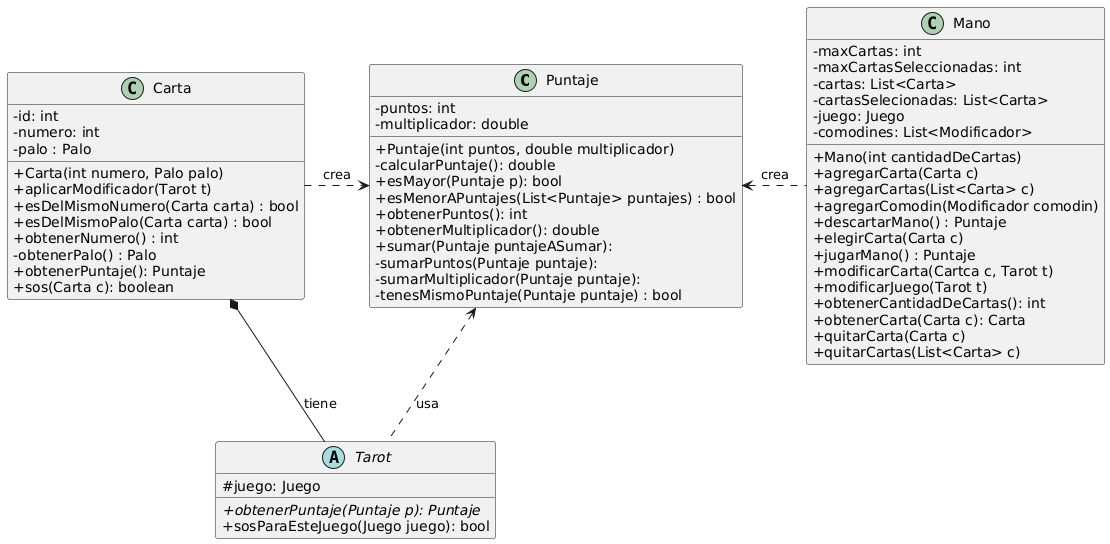
Earlier version of the PlantUML export diagrams/classes/Puntaje.png (facukresta/g06-tp2-2c-2024).
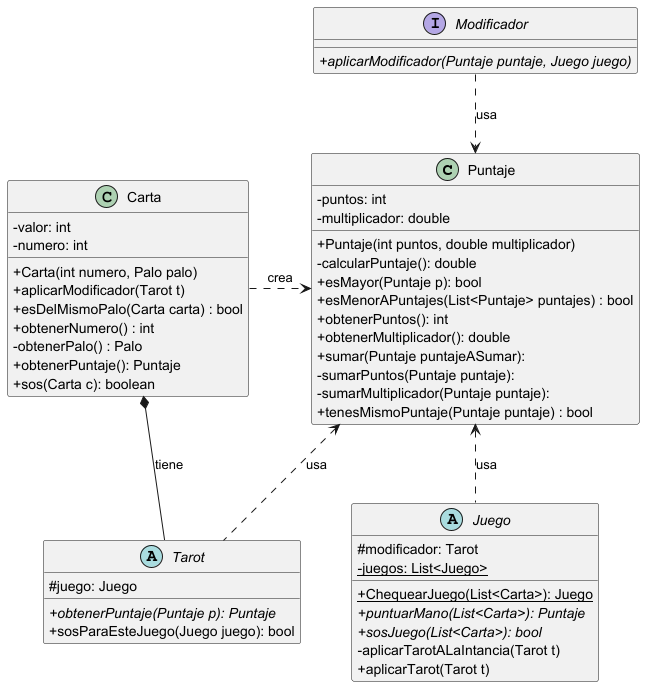
Above is the later version.

What changed in the source:
```diff
@@ -1,4 +1,4 @@
-@startuml
+@startuml Puntaje
 skinparam classAttributeIconSize 0
 
 class Puntaje {
@@ -13,21 +13,33 @@
 +sumar(Puntaje puntajeASumar):
 -sumarPuntos(Puntaje puntaje):
 -sumarMultiplicador(Puntaje puntaje):
--tenesMismoPuntaje(Puntaje puntaje) : bool
++tenesMismoPuntaje(Puntaje puntaje) : bool
 }
 
 class Carta {
--id: int
+-valor: int
 -numero: int
--palo : Palo
 +Carta(int numero, Palo palo)
 +aplicarModificador(Tarot t)
-+esDelMismoNumero(Carta carta) : bool
 +esDelMismoPalo(Carta carta) : bool
 +obtenerNumero() : int
 -obtenerPalo() : Palo
 +obtenerPuntaje(): Puntaje
 +sos(Carta c): boolean
+}
+
+abstract Juego {
+#modificador: Tarot
+-{static}juegos: List<Juego>
++{static}ChequearJuego(List<Carta>): Juego
++{abstract}puntuarMano(List<Carta>): Puntaje
++{abstract}sosJuego(List<Carta>): bool
+-aplicarTarotALaIntancia(Tarot t)
++aplicarTarot(Tarot t)
+}
+
+interface Modificador{
++{abstract} aplicarModificador(Puntaje puntaje, Juego juego)
 }
 
 abstract class Tarot{
@@ -38,30 +50,10 @@
 
 Carta *-- Tarot :tiene
 
-class Mano {
--maxCartas: int
--maxCartasSeleccionadas: int
--cartas: List<Carta>
--cartasSelecionadas: List<Carta>
--juego: Juego
--comodines: List<Modificador>
-+Mano(int cantidadDeCartas)
-+agregarCarta(Carta c)
-+agregarCartas(List<Carta> c)
-+agregarComodin(Modificador comodin)
-+descartarMano() : Puntaje
-+elegirCarta(Carta c)
-+jugarMano() : Puntaje
-+modificarCarta(Cartca c, Tarot t)
-+modificarJuego(Tarot t)
-+obtenerCantidadDeCartas(): int
-+obtenerCarta(Carta c): Carta
-+quitarCarta(Carta c)
-+quitarCartas(List<Carta> c)
-}
 
+Tarot .up.> Puntaje: "usa"
+Modificador .down.> Puntaje: "usa"
+Juego .up.> Puntaje: "usa"
+Puntaje <.left. Carta: "crea"
 
-Mano .left.> Puntaje: "crea"
-Tarot .up.> Puntaje: "usa"
-Puntaje <.left. Carta: "crea"
 @enduml
```
